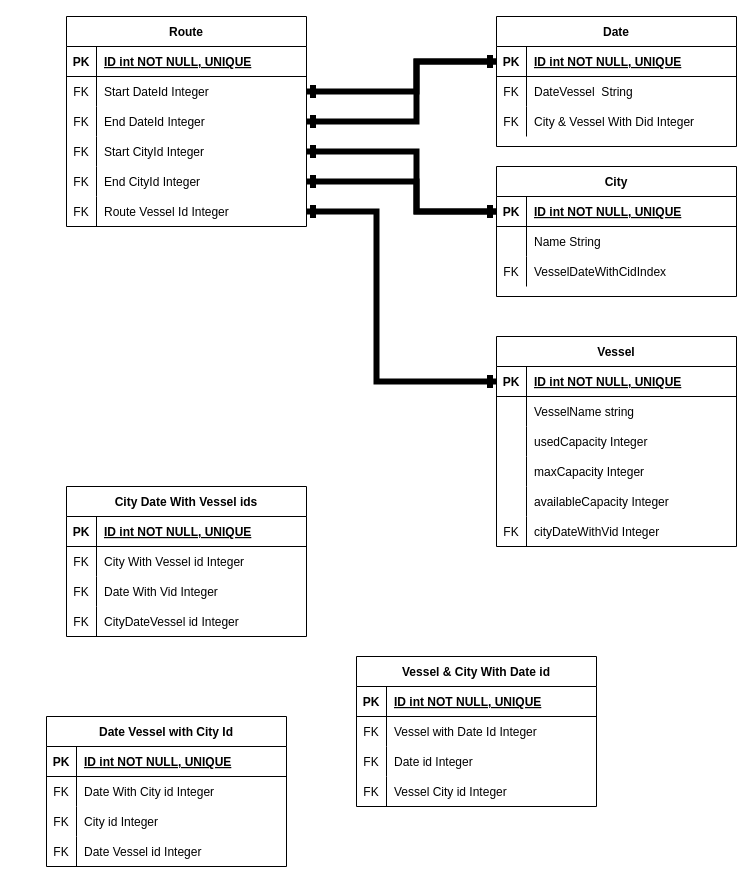
Earlier version of the draw.io diagram drawIo/erDiagramTables.drawio (jmsaRuc/sofdevporjekt). Source tidied: cells renumbered, new cells numbered last; positions are measured from the earlier drawing's top-left corner, leaving out a move shared by most shapes. Both pictures are drawn from the tidied source at 100%, with x=0, y=0 at pixel (46, 16).
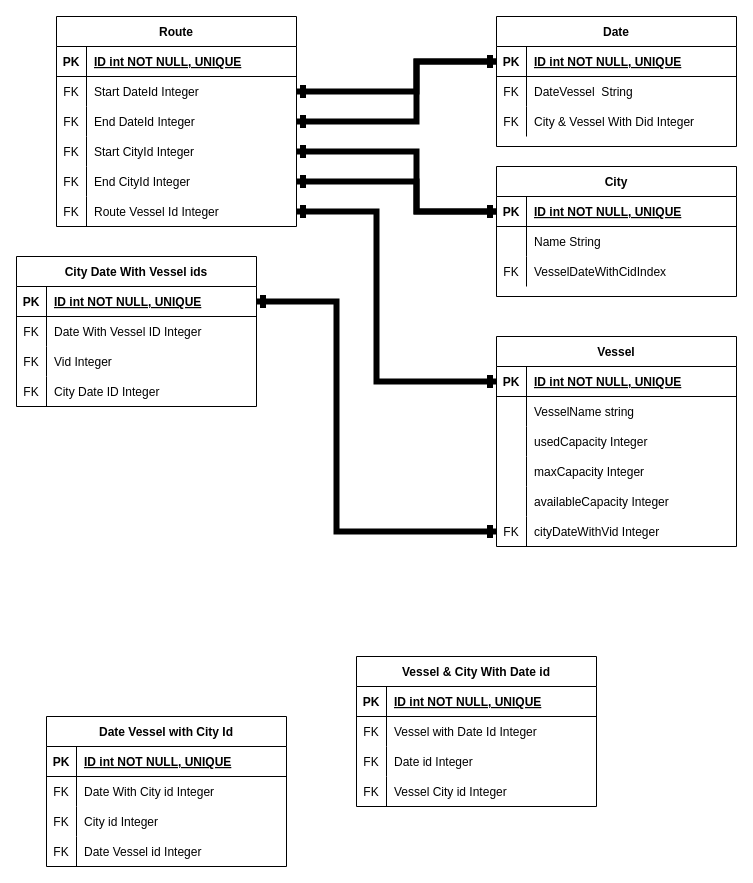
After the change.

The change refers to these unchanged cells:
```xml
<mxCell id="42" style="shape=partialRectangle;fillColor=none;points=[[0,0.5],[1,0.5]];portConstraint=eastwest;top=0;left=0;right=0;bottom=1;" parent="41" vertex="1">
  <mxGeometry y="30" width="240" height="30" as="geometry" />
</mxCell>
<mxCell id="45" style="shape=partialRectangle;fillColor=none;top=0;left=0;right=0;bottom=0;" parent="41" vertex="1">
  <mxGeometry y="60" width="240" height="30" as="geometry" />
</mxCell>
<mxCell id="48" style="shape=partialRectangle;fillColor=none;top=0;left=0;right=0;bottom=0;" parent="41" vertex="1">
  <mxGeometry y="90" width="240" height="30" as="geometry" />
</mxCell>
<mxCell id="51" style="shape=partialRectangle;fillColor=none;top=0;left=0;right=0;bottom=0;" parent="41" vertex="1">
  <mxGeometry y="120" width="240" height="30" as="geometry" />
</mxCell>
```

What changed in the source:
```diff
@@
     <mxCell id="22" value="Route" style="shape=table;startSize=30;childLayout=tableLayout;rowLines=0;fontStyle=1;align=center;" parent="1" vertex="1">
-      <mxGeometry x="20" width="240" height="210" as="geometry" />
+      <mxGeometry x="10" width="240" height="210" as="geometry" />
     </mxCell>
@@
     <mxCell id="41" value="City Date With Vessel ids" style="shape=table;startSize=30;childLayout=tableLayout;rowLines=0;fontStyle=1;align=center;" parent="1" vertex="1">
-      <mxGeometry x="20" y="470" width="240" height="150" as="geometry" />
+      <mxGeometry x="-30" y="240" width="240" height="150" as="geometry" />
     </mxCell>
@@
-    <mxCell id="47" value="City With Vessel id Integer" style="shape=partialRectangle;overflow=hidden;fillColor=none;top=0;left=0;bottom=0;right=0;align=left;spacingLeft=6;" parent="45" vertex="1">
+    <mxCell id="47" value="Date With Vessel ID Integer" style="shape=partialRectangle;overflow=hidden;fillColor=none;top=0;left=0;bottom=0;right=0;align=left;spacingLeft=6;" parent="45" vertex="1">
       <mxGeometry x="30" width="210" height="30" as="geometry" />
     </mxCell>
@@
-    <mxCell id="50" value="Date With Vid Integer" style="shape=partialRectangle;overflow=hidden;fillColor=none;top=0;left=0;bottom=0;right=0;align=left;spacingLeft=6;" parent="48" vertex="1">
+    <mxCell id="50" value="Vid Integer" style="shape=partialRectangle;overflow=hidden;fillColor=none;top=0;left=0;bottom=0;right=0;align=left;spacingLeft=6;" parent="48" vertex="1">
       <mxGeometry x="30" width="210" height="30" as="geometry" />
     </mxCell>
@@
-    <mxCell id="53" value="CityDateVessel id Integer" style="shape=partialRectangle;overflow=hidden;fillColor=none;top=0;left=0;bottom=0;right=0;align=left;spacingLeft=6;" parent="51" vertex="1">
+    <mxCell id="53" value="City Date ID Integer" style="shape=partialRectangle;overflow=hidden;fillColor=none;top=0;left=0;bottom=0;right=0;align=left;spacingLeft=6;" parent="51" vertex="1">
       <mxGeometry x="30" width="210" height="30" as="geometry" />
     </mxCell>
@@
+    <mxCell id="104" style="edgeStyle=orthogonalEdgeStyle;rounded=0;jettySize=auto;html=1;entryX=0;entryY=0.5;entryDx=0;entryDy=0;startArrow=ERone;startFill=0;targetPerimeterSpacing=0;strokeWidth=6;endArrow=ERone;endFill=0;exitX=1;exitY=0.5;exitDx=0;exitDy=0;" parent="1" edge="1" source="42">
+      <mxGeometry relative="1" as="geometry">
+        <mxPoint x="450" y="515" as="targetPoint" />
+        <Array as="points">
+          <mxPoint x="290" y="285" />
+          <mxPoint x="290" y="515" />
+        </Array>
+      </mxGeometry>
+    </mxCell>
```
